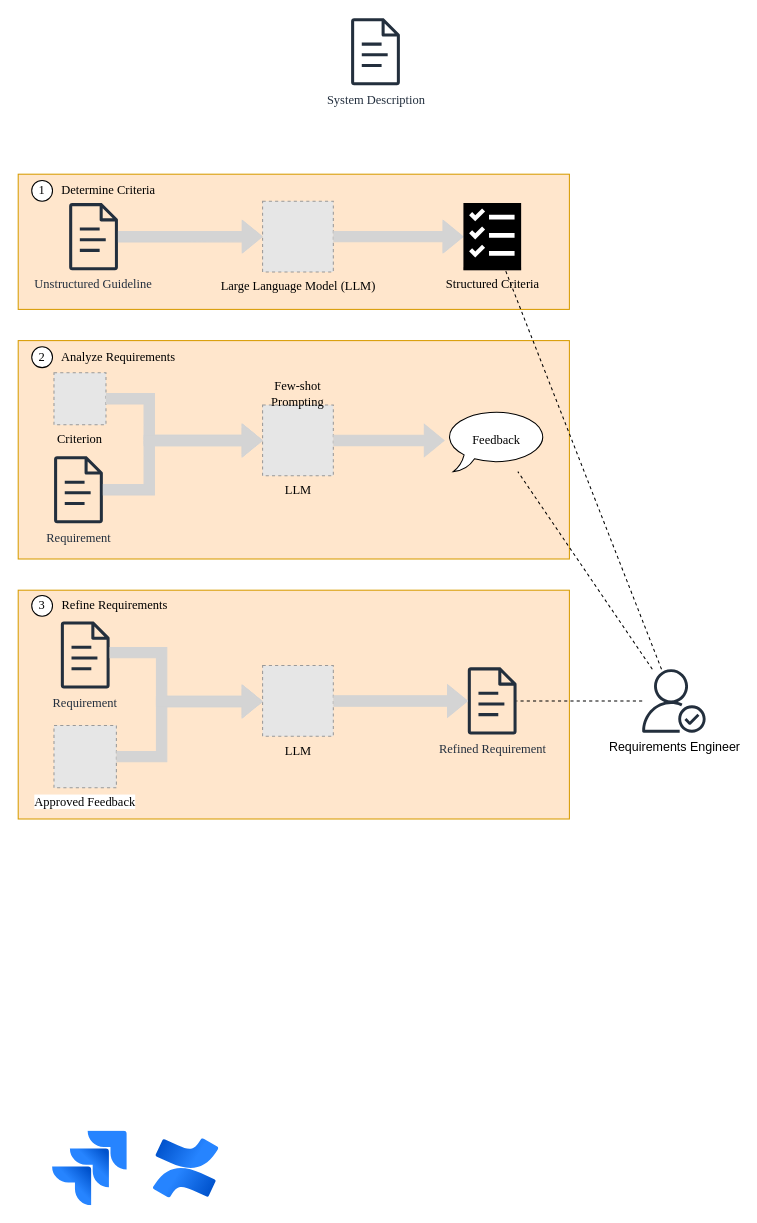
Above: Untitled Diagram.drawio in TizianDippold/llm-ticket-checker (draw.io), before the change. Source tidied: cells renumbered, new cells numbered last; positions are measured from the earlier drawing's top-left corner, leaving out a move shared by most shapes. Both pictures are drawn from the tidied source at 104%, with x=0, y=0 at pixel (18, 18). Pictures stored in the file or linked from it are replaced by grey dashed boxes.
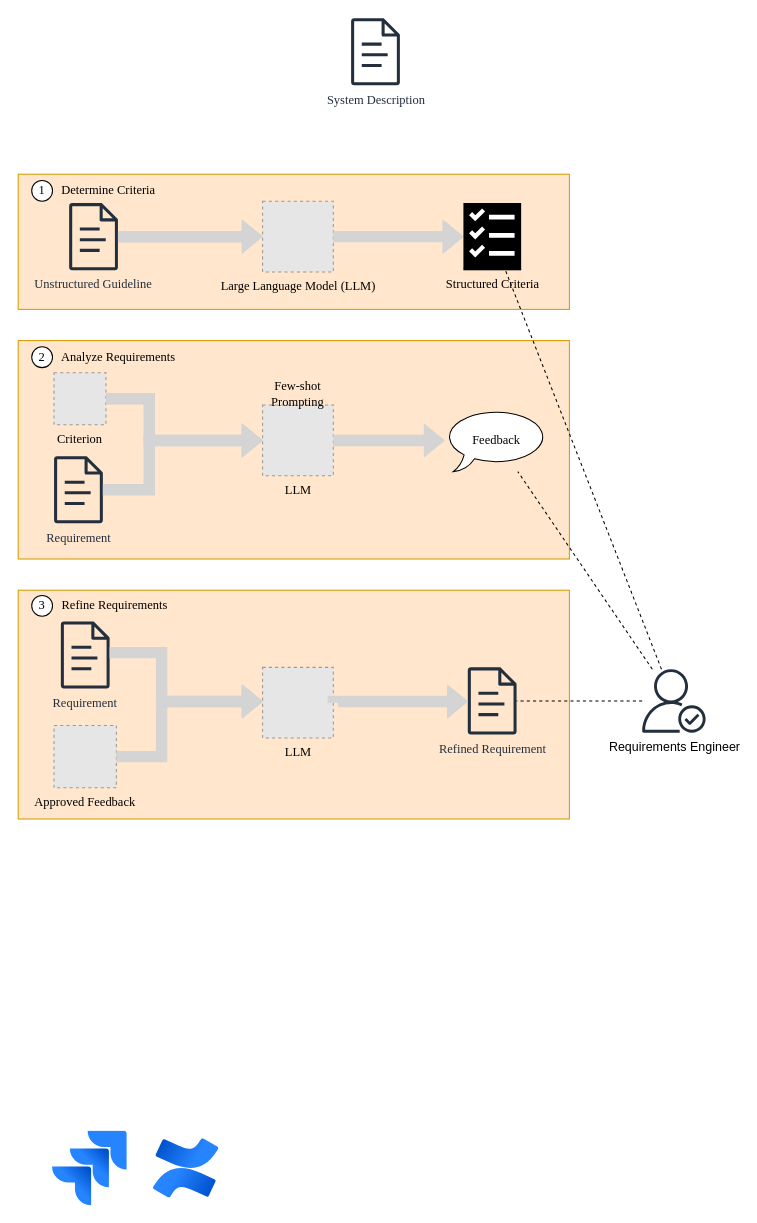
The same diagram, later.

What changed in the source:
```diff
@@
-    <mxCell id="28" value="Approved Feedback" style="fillColor=#E6E6E6;strokeColor=#999999;dashed=1;html=1;verticalAlign=top;verticalLabelPosition=bottom;labelBackgroundColor=#ffffff;fontFamily=Times New Roman;" parent="1" vertex="1">
+    <mxCell id="28" value="Approved Feedback" style="fillColor=#E6E6E6;strokeColor=#999999;dashed=1;html=1;verticalAlign=top;verticalLabelPosition=bottom;labelBackgroundColor=none;fontFamily=Times New Roman;" parent="1" vertex="1">
       <mxGeometry x="34.4" y="680" width="60" height="60" as="geometry" />
     </mxCell>
     <mxCell id="29" value="LLM" style="fillColor=#E6E6E6;strokeColor=#999999;dashed=1;html=1;verticalAlign=top;verticalLabelPosition=bottom;labelBackgroundColor=none;fontFamily=Times New Roman;" parent="1" vertex="1">
-      <mxGeometry x="235" y="622.5" width="68" height="68" as="geometry" />
+      <mxGeometry x="235" y="624.2" width="68" height="68" as="geometry" />
     </mxCell>
```
